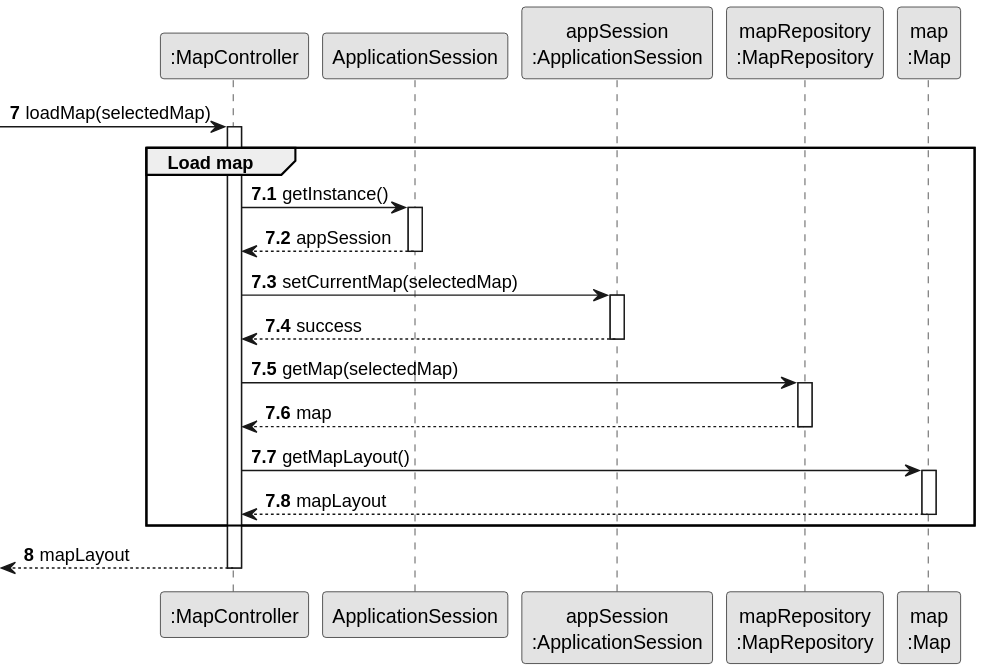
The PlantUML diagram docs/system-documentation/Sprint 2/US06/03.design/svg/US06-SD-load-map.svg in HenriqueSilva18/Railway-Network-Simulator, before a commit.
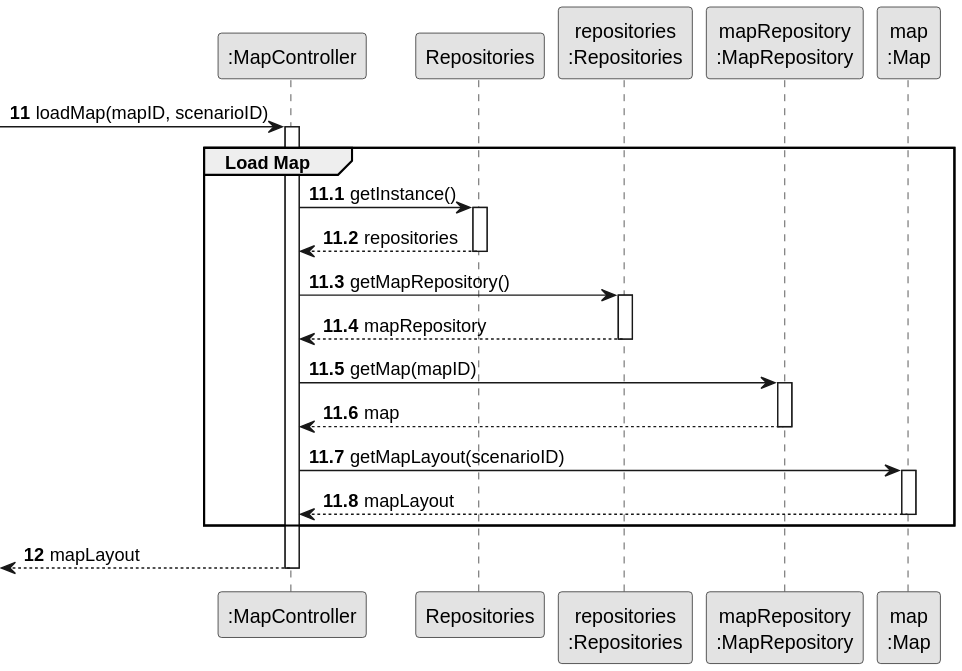
The same file after the commit.

Change to the diagram source:
```diff
@@ -2,41 +2,41 @@
 skinparam monochrome true
 skinparam packageStyle rectangle
 skinparam shadowing false
-autonumber 7
 
-participant ":MapController" as mapCTRL
-participant "ApplicationSession" as APP_SESSION
-participant "appSession\n:ApplicationSession" as APP_SESSION_SINGLETON
-participant "mapRepository\n:MapRepository" as REPOS_MAP
+participant ":MapController" as CTRL
+participant "Repositories" as REPOS
+participant "repositories\n:Repositories" as REPOS_SINGLETON
+participant "mapRepository\n:MapRepository" as MAP_REPO
 participant "map\n:Map" as MAP
 
--> mapCTRL: loadMap(selectedMap)
-activate mapCTRL
-autonumber 7.1
-group Load map
-    mapCTRL -> APP_SESSION: getInstance()
-        activate APP_SESSION
-            APP_SESSION --> mapCTRL: appSession
-        deactivate APP_SESSION
+autonumber 11
+-> CTRL: loadMap(mapID, scenarioID)
 
-    mapCTRL -> APP_SESSION_SINGLETON: setCurrentMap(selectedMap)
-        activate APP_SESSION_SINGLETON
-            APP_SESSION_SINGLETON --> mapCTRL: success
-        deactivate APP_SESSION_SINGLETON
+autonumber 11.1
+activate CTRL
+    group Load Map
+        CTRL -> REPOS: getInstance()
+        activate REPOS
+            REPOS --> CTRL: repositories
+        deactivate REPOS
 
-    mapCTRL -> REPOS_MAP: getMap(selectedMap)
-        activate REPOS_MAP
-            REPOS_MAP --> mapCTRL: map
-        deactivate REPOS_MAP
+        CTRL -> REPOS_SINGLETON: getMapRepository()
+        activate REPOS_SINGLETON
+            REPOS_SINGLETON --> CTRL: mapRepository
+        deactivate REPOS_SINGLETON
 
-    mapCTRL -> MAP: getMapLayout()
+        CTRL -> MAP_REPO: getMap(mapID)
+        activate MAP_REPO
+            MAP_REPO --> CTRL: map
+        deactivate MAP_REPO
+
+        CTRL -> MAP: getMapLayout(scenarioID)
         activate MAP
-            MAP --> mapCTRL: mapLayout
+            MAP --> CTRL: mapLayout
         deactivate MAP
-end
-autonumber 8
+    end
 
-<-- mapCTRL: mapLayout
-
-deactivate mapCTRL
+autonumber 12
+    <-- CTRL: mapLayout
+deactivate CTRL
 @enduml
```
